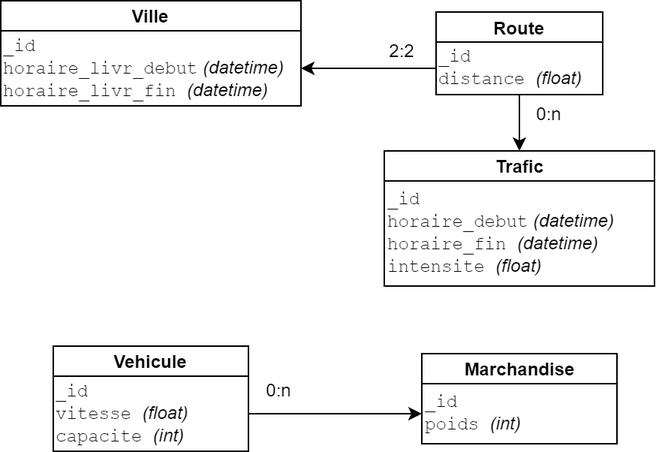
This is Modèle de données.png from HugoLeBoennec/projetData, a draw.io export, as it was before one commit. Source tidied: cells renumbered, new cells last; positions are measured from the earlier drawing's top-left corner, leaving out a move shared by most shapes.
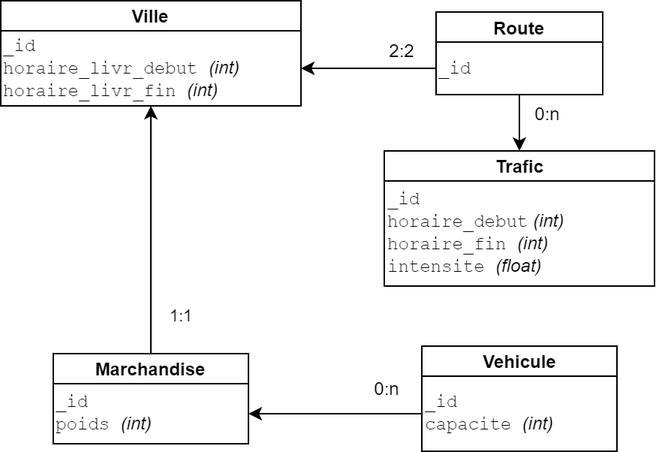
The same diagram one commit later.

Change to the diagram source:
```diff
@@ -5,31 +5,39 @@
     <mxCell id="2" value="Ville" style="rounded=0;whiteSpace=wrap;html=1;fontStyle=1;" parent="1" vertex="1">
       <mxGeometry width="200" height="20" as="geometry" />
     </mxCell>
-    <mxCell id="3" value="_id&lt;br&gt;horaire_livr_debut&lt;i style=&quot;font-family: &amp;#34;helvetica&amp;#34;&quot;&gt;&amp;nbsp;(datetime)&lt;/i&gt;&lt;br&gt;horaire_livr_fin &lt;font face=&quot;Helvetica&quot;&gt;&lt;i&gt;(datetime)&lt;/i&gt;&lt;/font&gt;" style="rounded=0;whiteSpace=wrap;html=1;align=left;fontFamily=Courier New;" parent="1" vertex="1">
+    <mxCell id="3" value="_id&lt;br&gt;horaire_livr_debut&amp;nbsp;&lt;i style=&quot;font-family: &amp;#34;helvetica&amp;#34;&quot;&gt;(int)&lt;/i&gt;&lt;br&gt;horaire_livr_fin &lt;font face=&quot;Helvetica&quot;&gt;&lt;i&gt;(int)&lt;/i&gt;&lt;/font&gt;" style="rounded=0;whiteSpace=wrap;html=1;align=left;fontFamily=Courier New;" parent="1" vertex="1">
       <mxGeometry y="20" width="200" height="50" as="geometry" />
     </mxCell>
     <mxCell id="4" value="Route" style="rounded=0;whiteSpace=wrap;html=1;fontStyle=1;" parent="1" vertex="1">
       <mxGeometry x="290" y="7.5" width="111" height="20" as="geometry" />
     </mxCell>
-    <mxCell id="5" value="_id&lt;br&gt;distance &lt;font face=&quot;Helvetica&quot;&gt;&lt;i&gt;(float)&lt;/i&gt;&lt;/font&gt;" style="rounded=0;whiteSpace=wrap;html=1;align=left;fontFamily=Courier New;" parent="1" vertex="1">
+    <mxCell id="5" value="_id" style="rounded=0;whiteSpace=wrap;html=1;align=left;fontFamily=Courier New;" parent="1" vertex="1">
       <mxGeometry x="290" y="27.5" width="111" height="35" as="geometry" />
     </mxCell>
     <mxCell id="6" value="Vehicule" style="rounded=0;whiteSpace=wrap;html=1;fontStyle=1;" parent="1" vertex="1">
-      <mxGeometry x="35" y="230" width="130" height="20" as="geometry" />
+      <mxGeometry x="280.5" y="230" width="130" height="20" as="geometry" />
     </mxCell>
-    <mxCell id="7" value="_id&lt;br&gt;vitesse &lt;font face=&quot;Helvetica&quot;&gt;&lt;i&gt;(float)&lt;/i&gt;&lt;/font&gt;&lt;br&gt;capacite &lt;font face=&quot;Helvetica&quot;&gt;&lt;i&gt;(int)&lt;/i&gt;&lt;/font&gt;" style="rounded=0;whiteSpace=wrap;html=1;align=left;fontFamily=Courier New;" parent="1" vertex="1">
-      <mxGeometry x="35" y="250" width="130" height="50" as="geometry" />
+    <mxCell id="7" value="_id&lt;br&gt;capacite &lt;font face=&quot;Helvetica&quot;&gt;&lt;i&gt;(int)&lt;/i&gt;&lt;/font&gt;" style="rounded=0;whiteSpace=wrap;html=1;align=left;fontFamily=Courier New;" parent="1" vertex="1">
+      <mxGeometry x="280.5" y="250" width="130" height="50" as="geometry" />
     </mxCell>
+    <mxCell id="18" style="edgeStyle=orthogonalEdgeStyle;rounded=0;jettySize=auto;html=1;exitX=0.5;exitY=0;exitDx=0;exitDy=0;entryX=0.5;entryY=1;entryDx=0;entryDy=0;" parent="1" edge="1" source="8" target="3">
+      <mxGeometry relative="1" as="geometry" />
+    </mxCell>
+    <mxCell id="19" value="1:1" style="edgeLabel;html=1;align=center;verticalAlign=middle;" parent="18" vertex="1">
+      <mxGeometry x="-0.64" relative="1" as="geometry">
+        <mxPoint x="20" y="4.7" as="offset" />
+      </mxGeometry>
+    </mxCell>
     <mxCell id="8" value="Marchandise" style="rounded=0;whiteSpace=wrap;html=1;fontStyle=1;" parent="1" vertex="1">
-      <mxGeometry x="280.5" y="235" width="130" height="20" as="geometry" />
+      <mxGeometry x="35" y="235" width="130" height="20" as="geometry" />
     </mxCell>
     <mxCell id="9" value="_id&lt;br&gt;poids&amp;nbsp;&lt;font face=&quot;Helvetica&quot;&gt;&lt;i&gt;(int)&lt;/i&gt;&lt;/font&gt;" style="rounded=0;whiteSpace=wrap;html=1;align=left;fontFamily=Courier New;" parent="1" vertex="1">
-      <mxGeometry x="280.5" y="255" width="130" height="40" as="geometry" />
+      <mxGeometry x="35" y="255" width="130" height="40" as="geometry" />
     </mxCell>
     <mxCell id="10" value="Trafic" style="rounded=0;whiteSpace=wrap;html=1;fontStyle=1;" parent="1" vertex="1">
       <mxGeometry x="255.5" y="100" width="180" height="20" as="geometry" />
     </mxCell>
-    <mxCell id="11" value="_id&lt;br&gt;horaire_debut&lt;i style=&quot;font-family: &amp;#34;helvetica&amp;#34;&quot;&gt;&amp;nbsp;(datetime)&lt;/i&gt;&lt;br&gt;horaire_fin &lt;font face=&quot;Helvetica&quot;&gt;&lt;i&gt;(datetime)&lt;br&gt;&lt;/i&gt;&lt;/font&gt;intensite&amp;nbsp;&lt;font face=&quot;Helvetica&quot;&gt;&lt;i&gt;(float)&lt;/i&gt;&lt;/font&gt;&lt;font face=&quot;Helvetica&quot;&gt;&lt;i&gt;&lt;br&gt;&lt;/i&gt;&lt;/font&gt;" style="rounded=0;whiteSpace=wrap;html=1;align=left;fontFamily=Courier New;" parent="1" vertex="1">
+    <mxCell id="11" value="_id&lt;br&gt;horaire_debut&lt;i style=&quot;font-family: &amp;#34;helvetica&amp;#34;&quot;&gt;&amp;nbsp;(int)&lt;/i&gt;&lt;br&gt;horaire_fin &lt;font face=&quot;Helvetica&quot;&gt;&lt;i&gt;(int)&lt;br&gt;&lt;/i&gt;&lt;/font&gt;intensite&amp;nbsp;&lt;font face=&quot;Helvetica&quot;&gt;&lt;i&gt;(float)&lt;/i&gt;&lt;/font&gt;&lt;font face=&quot;Helvetica&quot;&gt;&lt;i&gt;&lt;br&gt;&lt;/i&gt;&lt;/font&gt;" style="rounded=0;whiteSpace=wrap;html=1;align=left;fontFamily=Courier New;" parent="1" vertex="1">
       <mxGeometry x="255.5" y="120" width="180" height="70" as="geometry" />
     </mxCell>
     <mxCell id="12" style="endArrow=classic;html=1;fontFamily=Courier New;" parent="1" edge="1" source="5" target="3">
@@ -53,7 +61,7 @@
     </mxCell>
     <mxCell id="17" value="&lt;font face=&quot;Helvetica&quot; style=&quot;font-size: 12px&quot;&gt;0:n&lt;/font&gt;" style="edgeLabel;html=1;align=center;verticalAlign=middle;fontFamily=Courier New;" parent="16" vertex="1">
       <mxGeometry x="-0.46" relative="1" as="geometry">
-        <mxPoint x="-12" y="-16" as="offset" />
+        <mxPoint x="7" y="-16" as="offset" />
       </mxGeometry>
     </mxCell>
   </root>
```
